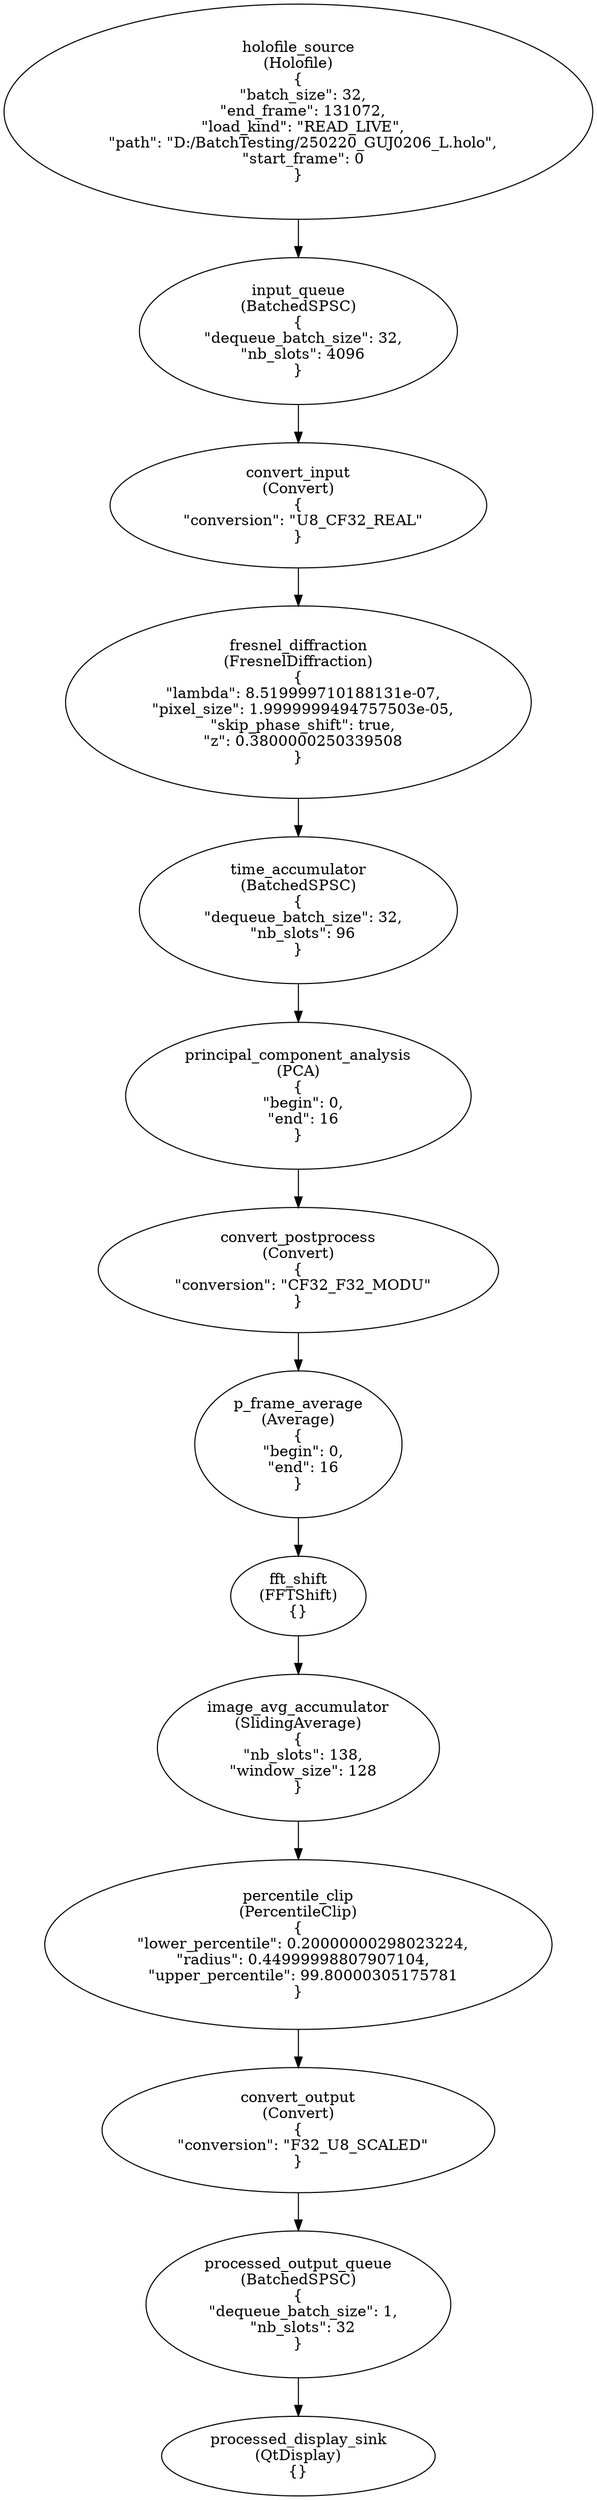
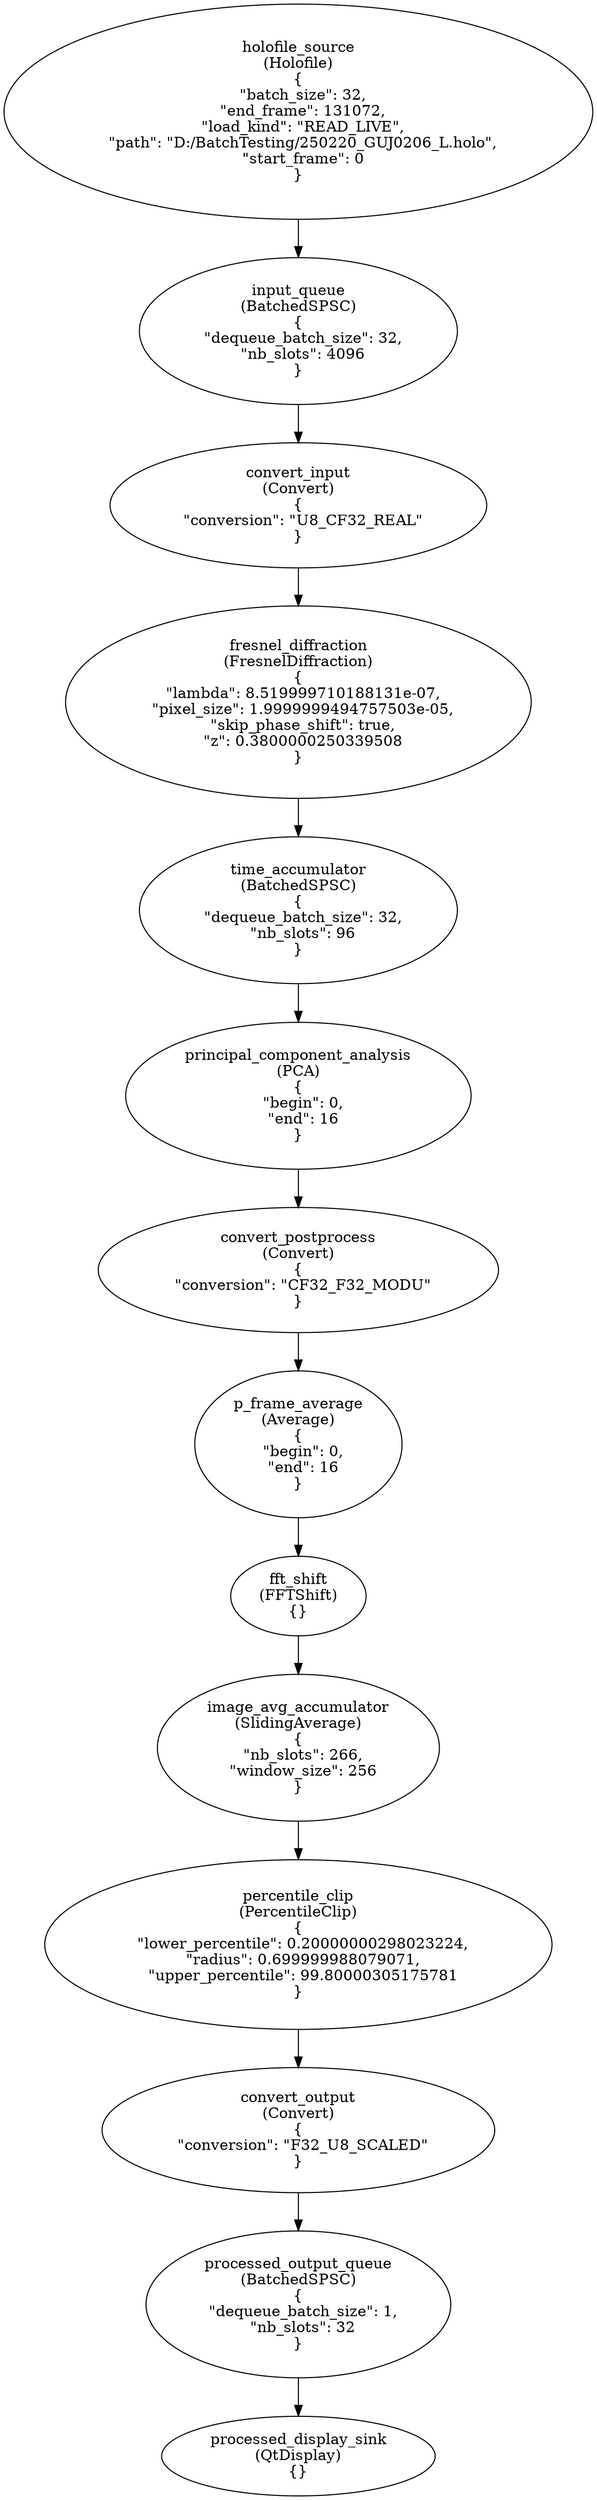
digraph G {
0[label="holofile_source\n(Holofile)\n{
  \"batch_size\": 32,
  \"end_frame\": 131072,
  \"load_kind\": \"READ_LIVE\",
  \"path\": \"D:/BatchTesting/250220_GUJ0206_L.holo\",
  \"start_frame\": 0
}"];
1[label="input_queue\n(BatchedSPSC)\n{
  \"dequeue_batch_size\": 32,
  \"nb_slots\": 4096
}"];
2[label="convert_input\n(Convert)\n{
  \"conversion\": \"U8_CF32_REAL\"
}"];
3[label="fresnel_diffraction\n(FresnelDiffraction)\n{
  \"lambda\": 8.519999710188131e-07,
  \"pixel_size\": 1.9999999494757503e-05,
  \"skip_phase_shift\": true,
  \"z\": 0.3800000250339508
}"];
4[label="time_accumulator\n(BatchedSPSC)\n{
  \"dequeue_batch_size\": 32,
  \"nb_slots\": 96
}"];
5[label="principal_component_analysis\n(PCA)\n{
  \"begin\": 0,
  \"end\": 16
}"];
6[label="convert_postprocess\n(Convert)\n{
  \"conversion\": \"CF32_F32_MODU\"
}"];
7[label="p_frame_average\n(Average)\n{
  \"begin\": 0,
  \"end\": 16
}"];
8[label="fft_shift\n(FFTShift)\n{}"];
9[label="image_avg_accumulator\n(SlidingAverage)\n{
-   \"nb_slots\": 138,
-   \"window_size\": 128
+   \"nb_slots\": 266,
+   \"window_size\": 256
}"];
10[label="percentile_clip\n(PercentileClip)\n{
  \"lower_percentile\": 0.20000000298023224,
-   \"radius\": 0.44999998807907104,
+   \"radius\": 0.699999988079071,
  \"upper_percentile\": 99.80000305175781
}"];
11[label="convert_output\n(Convert)\n{
  \"conversion\": \"F32_U8_SCALED\"
}"];
12[label="processed_output_queue\n(BatchedSPSC)\n{
  \"dequeue_batch_size\": 1,
  \"nb_slots\": 32
}"];
13[label="processed_display_sink\n(QtDisplay)\n{}"];
0->1 ;
1->2 ;
2->3 ;
3->4 ;
4->5 ;
5->6 ;
6->7 ;
7->8 ;
8->9 ;
9->10 ;
10->11 ;
11->12 ;
12->13 ;
}
